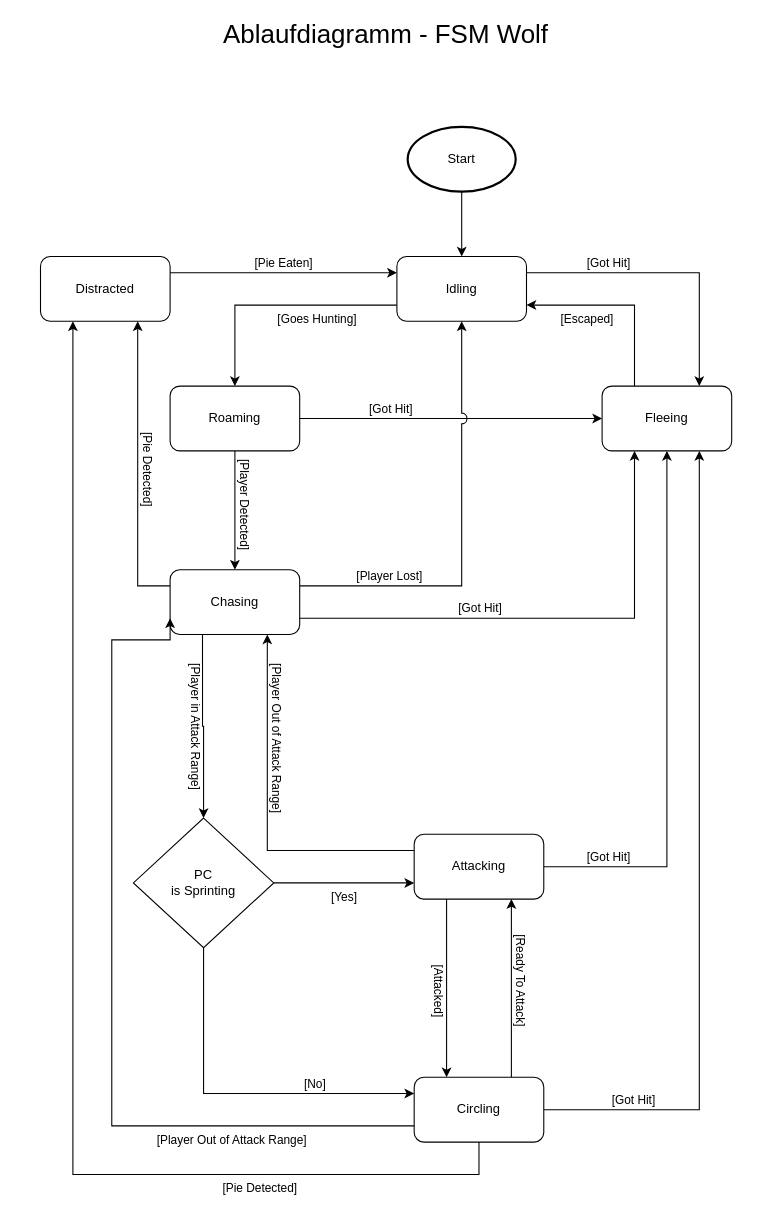
This is Ablaufdiagramm - FSM_Wolf.drawio from Aarndal/44-Submissions, a draw.io file, before an edit. Source tidied: cells renumbered, new cells numbered last; positions are measured from the earlier drawing's top-left corner, leaving out a move shared by most shapes. Both pictures are drawn from the tidied source at 108%, with x=0, y=0 at pixel (18, 18).
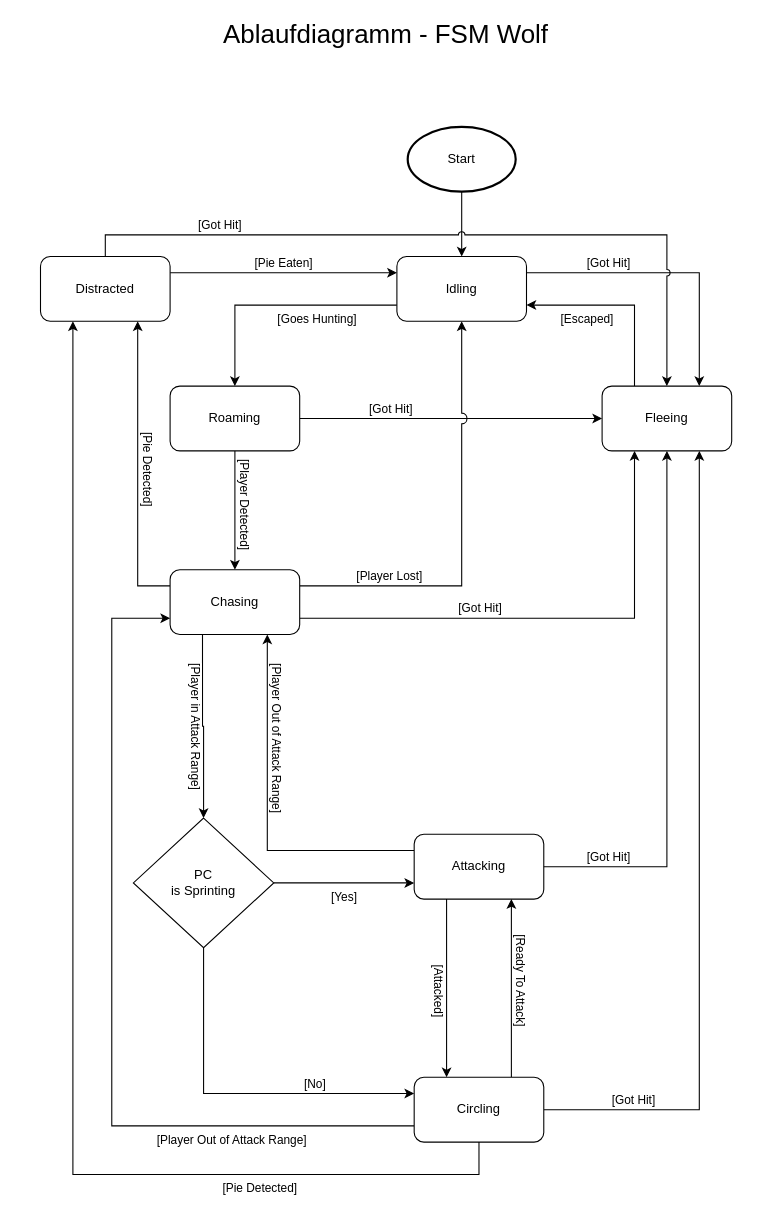
Above is the later version.

The change refers to these unchanged cells:
```xml
<mxCell id="9" value="Chasing" style="rounded=1;whiteSpace=wrap;html=1;strokeColor=default;align=center;verticalAlign=middle;fontFamily=Helvetica;fontSize=12;fontColor=default;fillColor=default;" parent="1" vertex="1">
  <mxGeometry x="140" y="510" width="120" height="60" as="geometry" />
</mxCell>
<mxCell id="11" value="Fleeing" style="rounded=1;whiteSpace=wrap;html=1;strokeColor=default;align=center;verticalAlign=middle;fontFamily=Helvetica;fontSize=12;fontColor=default;fillColor=default;" parent="1" vertex="1">
  <mxGeometry x="540" y="340" width="120" height="60" as="geometry" />
</mxCell>
<mxCell id="20" value="Circling" style="rounded=1;whiteSpace=wrap;html=1;strokeColor=default;align=center;verticalAlign=middle;fontFamily=Helvetica;fontSize=12;fontColor=default;fillColor=default;" parent="1" vertex="1">
  <mxGeometry x="366" y="980" width="120" height="60" as="geometry" />
</mxCell>
<mxCell id="29" value="Distracted" style="rounded=1;whiteSpace=wrap;html=1;strokeColor=default;align=center;verticalAlign=middle;fontFamily=Helvetica;fontSize=12;fontColor=default;fillColor=default;" parent="1" vertex="1">
  <mxGeometry x="20" y="220" width="120" height="60" as="geometry" />
</mxCell>
```

What changed in the source:
```diff
@@
     <mxCell id="19" value="[Player Out of Attack Range]" style="edgeStyle=orthogonalEdgeStyle;rounded=0;jettySize=auto;html=1;exitX=0;exitY=0.75;exitDx=0;exitDy=0;entryX=0;entryY=0.75;entryDx=0;entryDy=0;labelPosition=center;verticalLabelPosition=bottom;align=center;verticalAlign=top;" parent="1" edge="1" source="20" target="9">
       <mxGeometry x="-0.58" relative="1" as="geometry">
         <Array as="points">
           <mxPoint x="86" y="1025" />
-          <mxPoint x="86" y="575" />
+          <mxPoint x="86" y="555" />
         </Array>
       </mxGeometry>
     </mxCell>
@@
+    <mxCell id="32" value="[Got Hit]" style="edgeStyle=orthogonalEdgeStyle;rounded=0;jettySize=auto;html=1;exitX=0.5;exitY=0;exitDx=0;exitDy=0;jumpStyle=arc;labelPosition=center;verticalLabelPosition=top;align=center;verticalAlign=bottom;" parent="1" edge="1" source="29" target="11">
+      <mxGeometry x="-0.63" relative="1" as="geometry" />
+    </mxCell>
```
